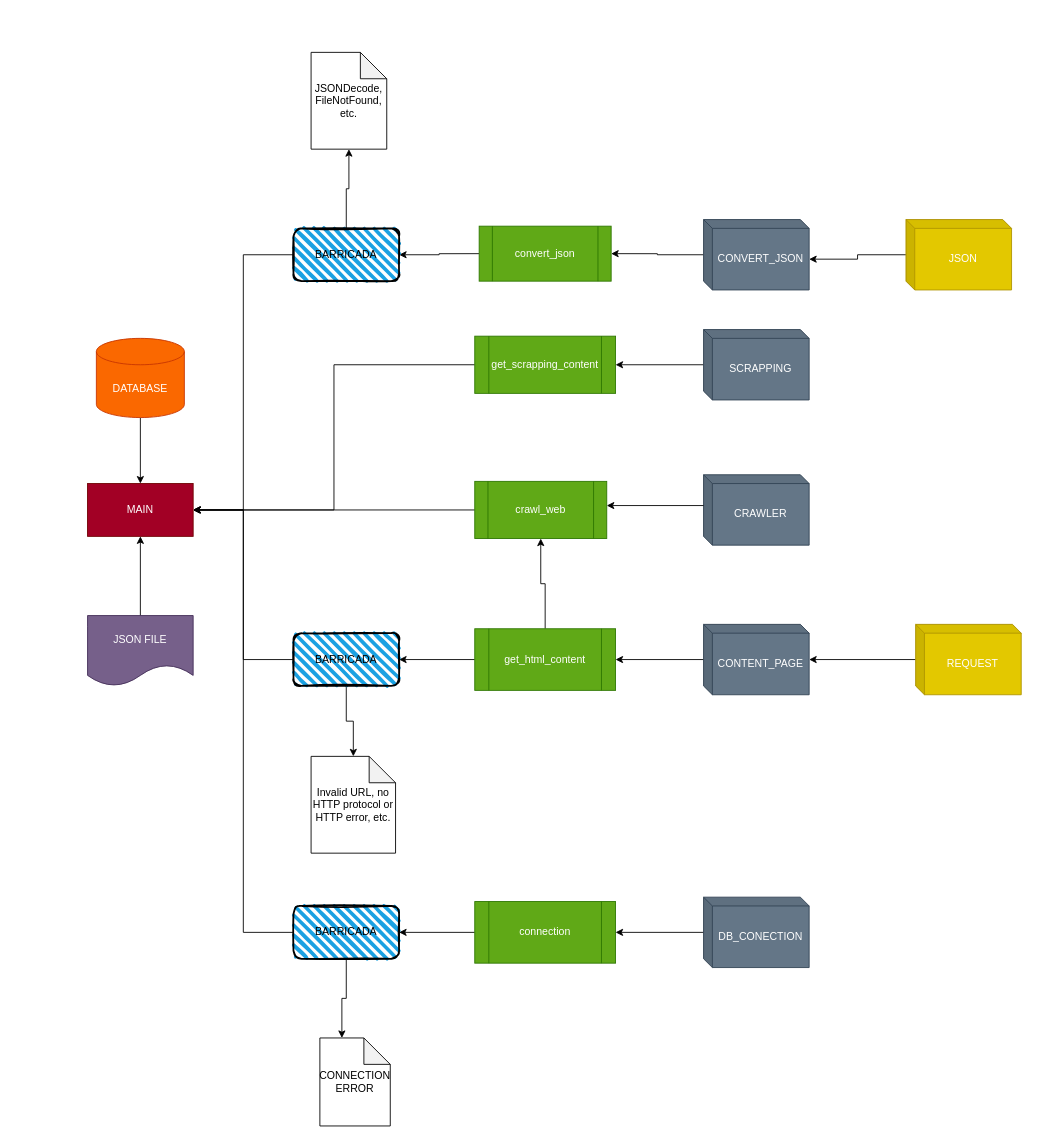
The draw.io diagram page "Page-1" (2 of 2) of docs/DiagramaComponentes.drawio in MateoGarciaG/RicksyProject, before the edit. Source tidied: cells renumbered, new cells numbered last; positions are measured from the earlier drawing's top-left corner, leaving out a move shared by most shapes. Both pictures are drawn from the tidied source at 88%, with x=0, y=0 at pixel (87, 52).
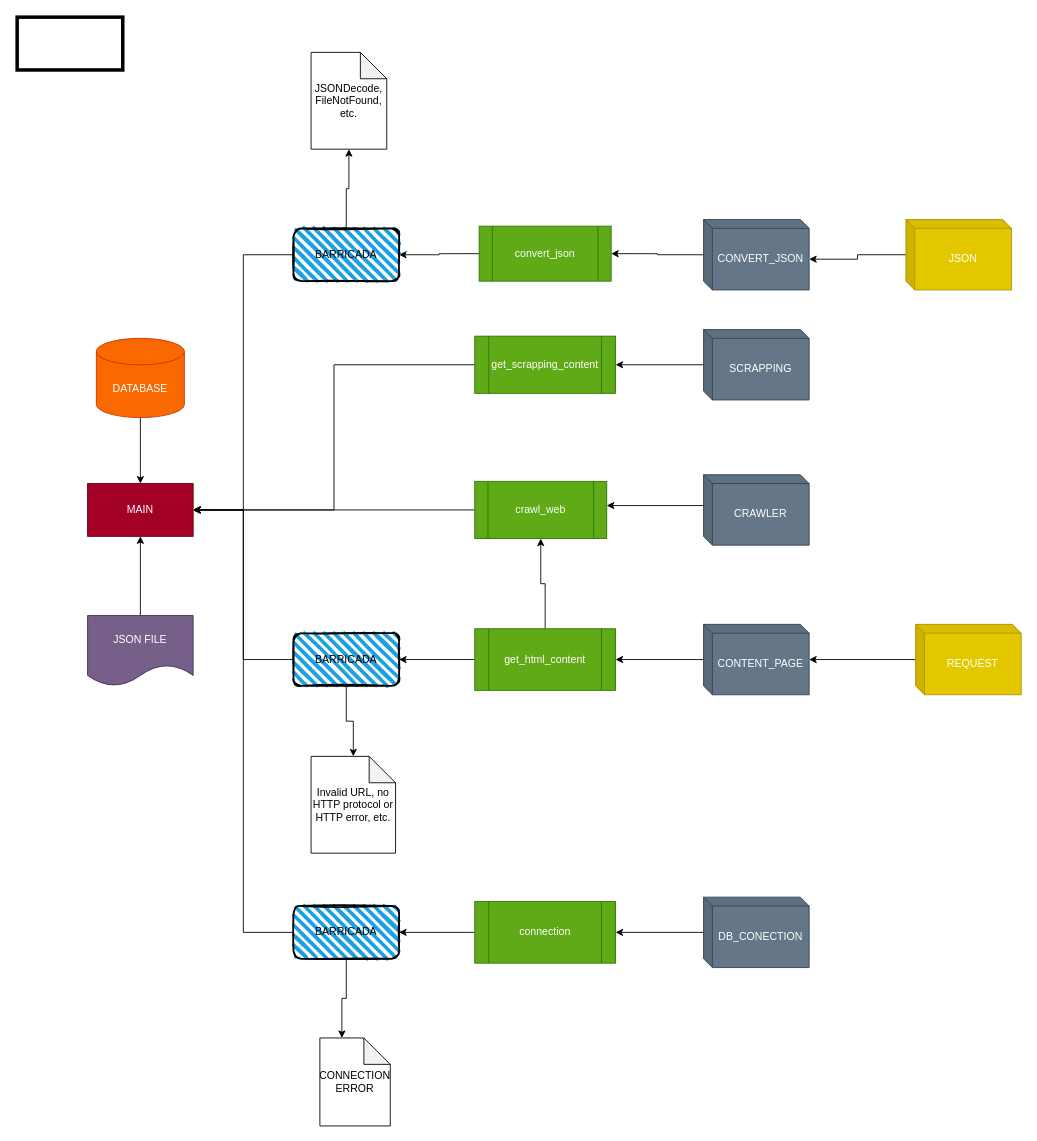
After the change.

Diff of the diagram source:
```diff
@@
+    <mxCell id="44" style="rounded=0;whiteSpace=wrap;html=1;fillColor=none;strokeWidth=4;" parent="1" vertex="1">
+      <mxGeometry x="-80" y="-40" width="120" height="60" as="geometry" />
+    </mxCell>
```
